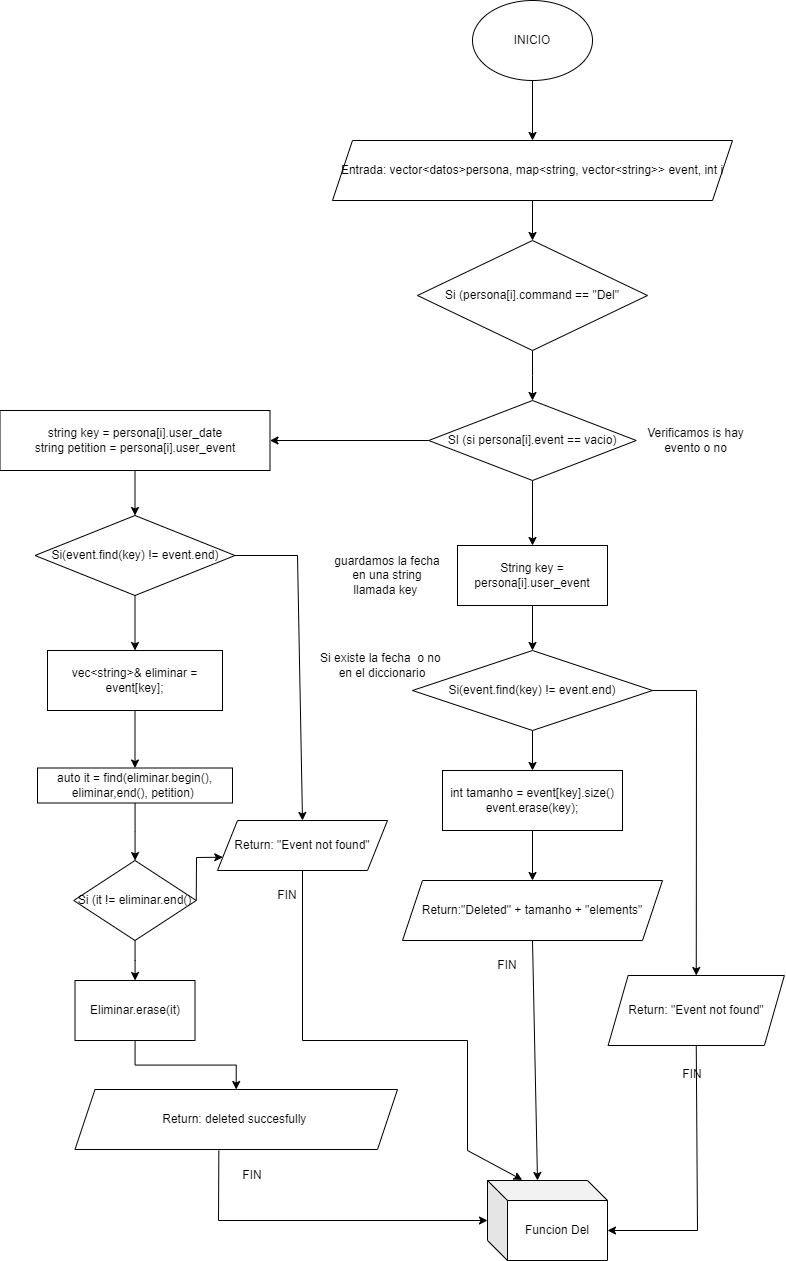
Earlier version of the draw.io export Documentation/Funcion Del.drawio.png (AlfredoZC/Data_Base). Source tidied: cells renumbered, new cells last; positions are measured from the earlier drawing's top-left corner, leaving out a move shared by most shapes.
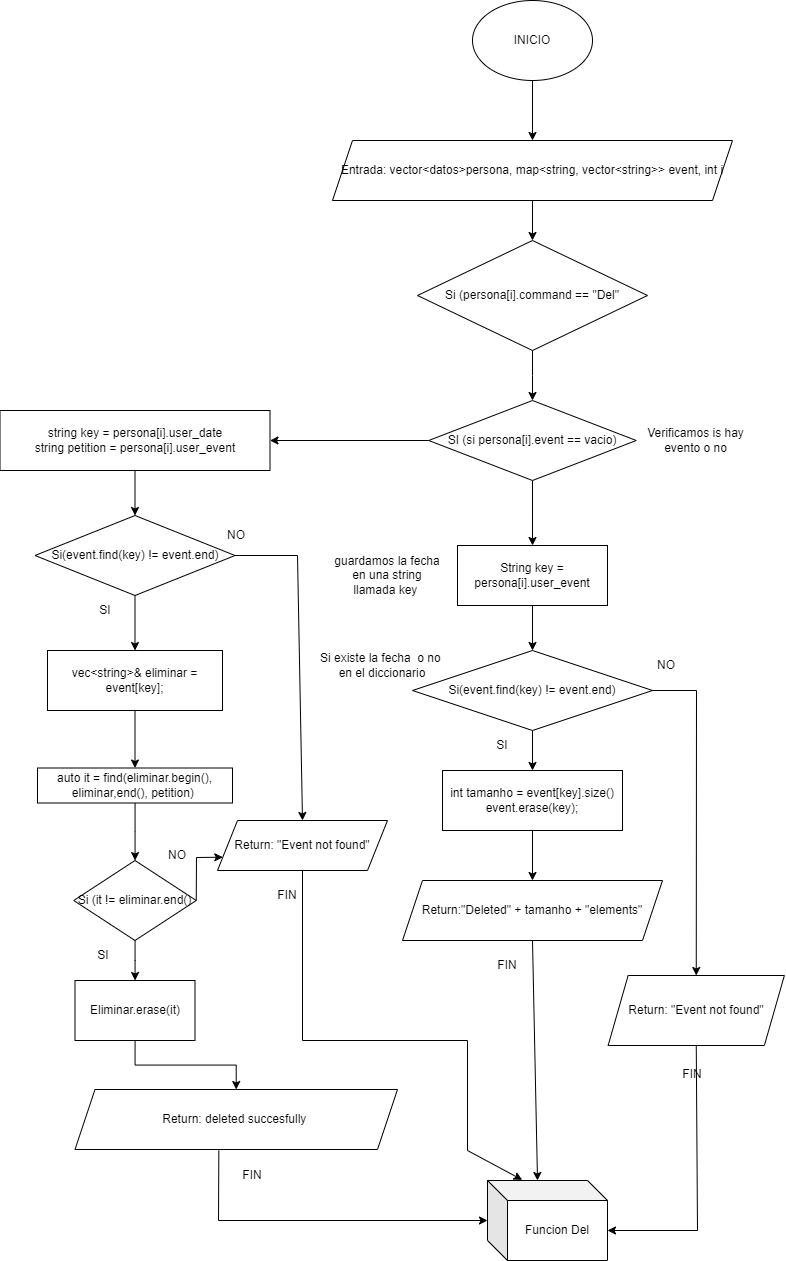
After the change.

The edit, as a diff of the source:
```diff
@@ -166,5 +166,23 @@
     <mxCell id="47" value="Entrada: vector&amp;lt;datos&amp;gt;persona, map&amp;lt;string, vector&amp;lt;string&amp;gt;&amp;gt; event, int i" style="shape=parallelogram;perimeter=parallelogramPerimeter;whiteSpace=wrap;html=1;fixedSize=1;" parent="1" vertex="1">
       <mxGeometry x="333" y="140" width="400" height="60" as="geometry" />
     </mxCell>
+    <mxCell id="48" value="SI" style="text;html=1;align=center;verticalAlign=middle;whiteSpace=wrap;rounded=0;" parent="1" vertex="1">
+      <mxGeometry x="74.2" y="940" width="60" height="30" as="geometry" />
+    </mxCell>
+    <mxCell id="49" value="NO" style="text;html=1;align=center;verticalAlign=middle;whiteSpace=wrap;rounded=0;" parent="1" vertex="1">
+      <mxGeometry x="148" y="840" width="60" height="30" as="geometry" />
+    </mxCell>
+    <mxCell id="50" value="NO" style="text;html=1;align=center;verticalAlign=middle;whiteSpace=wrap;rounded=0;" parent="1" vertex="1">
+      <mxGeometry x="636.8" y="650" width="60" height="30" as="geometry" />
+    </mxCell>
+    <mxCell id="51" value="SI" style="text;html=1;align=center;verticalAlign=middle;whiteSpace=wrap;rounded=0;" parent="1" vertex="1">
+      <mxGeometry x="473" y="730" width="60" height="30" as="geometry" />
+    </mxCell>
+    <mxCell id="52" value="SI" style="text;html=1;align=center;verticalAlign=middle;whiteSpace=wrap;rounded=0;" parent="1" vertex="1">
+      <mxGeometry x="75.5" y="595" width="60" height="30" as="geometry" />
+    </mxCell>
+    <mxCell id="53" value="NO" style="text;html=1;align=center;verticalAlign=middle;whiteSpace=wrap;rounded=0;" parent="1" vertex="1">
+      <mxGeometry x="206.8" y="520" width="60" height="30" as="geometry" />
+    </mxCell>
   </root>
 </mxGraphModel>
```
